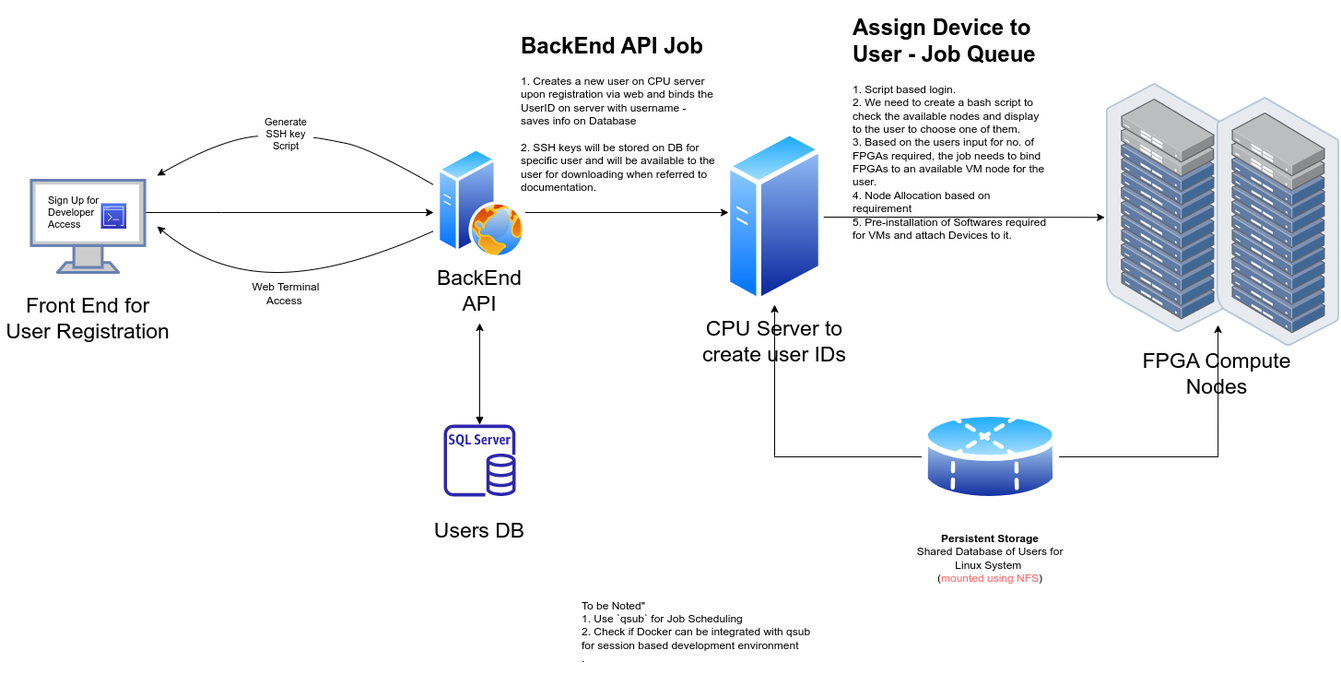
The draw.io diagram Intel DevCloud Flow.drawio.png in belanasaikiran/FlowCharts, before a commit. Source tidied: cells renumbered, new cells last; positions are measured from the earlier drawing's top-left corner, leaving out a move shared by most shapes. Source of this version:
```xml
<mxGraphModel>
  <root>
    <mxCell id="0" />
    <mxCell id="1" parent="0" />
    <mxCell id="2" style="edgeStyle=orthogonalEdgeStyle;rounded=0;jettySize=auto;html=1;fontSize=23;" parent="1" edge="1" source="3">
      <mxGeometry relative="1" as="geometry">
        <mxPoint x="470" y="220" as="targetPoint" />
        <Array as="points">
          <mxPoint x="240" y="220" />
          <mxPoint x="240" y="220" />
        </Array>
      </mxGeometry>
    </mxCell>
    <mxCell id="3" style="fontColor=#0066CC;verticalAlign=top;verticalLabelPosition=bottom;labelPosition=center;align=center;html=1;outlineConnect=0;fillColor=#CCCCCC;strokeColor=#6881B3;gradientColor=none;gradientDirection=north;strokeWidth=2;shape=mxgraph.networks.monitor;fontSize=23;" parent="1" vertex="1">
      <mxGeometry x="33.5" y="185" width="123.1" height="100" as="geometry" />
    </mxCell>
    <mxCell id="4" value="Front End for User Registration" style="text;html=1;strokeColor=none;fillColor=none;align=center;verticalAlign=middle;whiteSpace=wrap;rounded=0;fontSize=23;" parent="1" vertex="1">
      <mxGeometry y="320" width="190" height="30" as="geometry" />
    </mxCell>
    <mxCell id="5" style="group;" parent="1" vertex="1">
      <mxGeometry x="750" y="155" width="180" height="200" as="geometry" />
    </mxCell>
    <mxCell id="6" value="CPU Server to create user IDs" style="text;html=1;strokeColor=none;fillColor=none;align=center;verticalAlign=middle;whiteSpace=wrap;rounded=0;fontSize=23;" parent="5" vertex="1">
      <mxGeometry y="190" width="180" height="30" as="geometry" />
    </mxCell>
    <mxCell id="7" style="perimeter=ellipsePerimeter;html=1;align=center;shadow=0;dashed=0;spacingTop=3;image;image=img/lib/active_directory/generic_server.svg;fontSize=23;" parent="5" vertex="1">
      <mxGeometry x="36.8" y="-25" width="106.4" height="190" as="geometry" />
    </mxCell>
    <mxCell id="8" style="edgeStyle=orthogonalEdgeStyle;rounded=0;jettySize=auto;html=1;fontSize=23;" parent="1" edge="1" source="17">
      <mxGeometry relative="1" as="geometry">
        <mxPoint x="790" y="220" as="targetPoint" />
        <Array as="points">
          <mxPoint x="788" y="220" />
        </Array>
      </mxGeometry>
    </mxCell>
    <mxCell id="9" style="edgeStyle=orthogonalEdgeStyle;rounded=0;jettySize=auto;html=1;fontSize=23;startArrow=block;startFill=1;" parent="1" edge="1" source="14">
      <mxGeometry relative="1" as="geometry">
        <mxPoint x="520" y="340" as="targetPoint" />
      </mxGeometry>
    </mxCell>
    <mxCell id="10" value="FPGA Compute Nodes" style="text;html=1;strokeColor=none;fillColor=none;align=center;verticalAlign=middle;whiteSpace=wrap;rounded=0;fontSize=23;" parent="1" vertex="1">
      <mxGeometry x="1230" y="380" width="180" height="30" as="geometry" />
    </mxCell>
    <mxCell id="11" style="edgeStyle=orthogonalEdgeStyle;rounded=0;jettySize=auto;html=1;fontSize=23;entryX=-0.014;entryY=0.538;entryDx=0;entryDy=0;entryPerimeter=0;" parent="1" edge="1" source="7" target="19">
      <mxGeometry relative="1" as="geometry" />
    </mxCell>
    <mxCell id="12" style="group;" parent="1" vertex="1">
      <mxGeometry x="430" y="450" width="180" height="130" as="geometry" />
    </mxCell>
    <mxCell id="13" value="Users DB" style="text;html=1;strokeColor=none;fillColor=none;align=center;verticalAlign=middle;whiteSpace=wrap;rounded=0;fontSize=23;" parent="12" vertex="1">
      <mxGeometry y="100" width="180" height="30" as="geometry" />
    </mxCell>
    <mxCell id="14" style="sketch=0;outlineConnect=0;fontColor=#232F3E;gradientColor=none;fillColor=#2E27AD;strokeColor=none;dashed=0;verticalLabelPosition=bottom;verticalAlign=top;align=center;html=1;fontSize=12;fontStyle=0;shape=mxgraph.aws4.rds_sql_server_instance;" parent="12" vertex="1">
      <mxGeometry x="51" width="78" height="78" as="geometry" />
    </mxCell>
    <mxCell id="15" style="group;" parent="1" vertex="1">
      <mxGeometry x="460" y="150" width="120" height="170" as="geometry" />
    </mxCell>
    <mxCell id="16" value="BackEnd API" style="text;html=1;strokeColor=none;fillColor=none;align=center;verticalAlign=middle;whiteSpace=wrap;rounded=0;fontSize=23;" parent="15" vertex="1">
      <mxGeometry y="140" width="120" height="30" as="geometry" />
    </mxCell>
    <mxCell id="17" style="perimeter=ellipsePerimeter;html=1;align=center;shadow=0;dashed=0;spacingTop=3;image;image=img/lib/active_directory/web_server.svg;fontSize=23;" parent="15" vertex="1">
      <mxGeometry x="14" width="96" height="120" as="geometry" />
    </mxCell>
    <mxCell id="18" style="group;" parent="1" vertex="1">
      <mxGeometry x="1200" y="80" width="253.2" height="285" as="geometry" />
    </mxCell>
    <mxCell id="19" style="points=[];html=1;align=center;shadow=0;dashed=0;image;image=img/lib/allied_telesis/storage/Datacenter_Server_Rack_ToR.svg;fontSize=11;" parent="18" vertex="1">
      <mxGeometry width="133.2" height="270" as="geometry" />
    </mxCell>
    <mxCell id="20" style="points=[];html=1;align=center;shadow=0;dashed=0;image;image=img/lib/allied_telesis/storage/Datacenter_Server_Rack_ToR.svg;fontSize=11;" parent="18" vertex="1">
      <mxGeometry x="120" y="15" width="133.2" height="270" as="geometry" />
    </mxCell>
    <mxCell id="21" style="curved=1;endArrow=classic;html=1;rounded=0;fontSize=11;fontColor=default;startArrow=none;" parent="1" edge="1" source="23">
      <mxGeometry relative="1" as="geometry">
        <mxPoint x="170" y="180" as="targetPoint" />
        <Array as="points">
          <mxPoint x="240" y="140" />
        </Array>
      </mxGeometry>
    </mxCell>
    <mxCell id="22" style="curved=1;endArrow=none;html=1;rounded=0;fontSize=11;fontColor=default;" parent="1" edge="1" target="23">
      <mxGeometry relative="1" as="geometry">
        <mxPoint x="470" y="190" as="sourcePoint" />
        <Array as="points">
          <mxPoint x="400" y="150" />
          <mxPoint x="350" y="140" />
        </Array>
      </mxGeometry>
    </mxCell>
    <mxCell id="23" value="Generate SSH key Script" style="text;html=1;strokeColor=none;fillColor=none;align=center;verticalAlign=middle;whiteSpace=wrap;rounded=0;labelBackgroundColor=none;labelBorderColor=none;fontSize=11;fontColor=default;" parent="1" vertex="1">
      <mxGeometry x="280" y="120" width="60" height="30" as="geometry" />
    </mxCell>
    <mxCell id="24" value="Web Terminal Access&amp;nbsp;" style="text;html=1;strokeColor=none;fillColor=none;align=center;verticalAlign=middle;whiteSpace=wrap;rounded=0;" parent="1" vertex="1">
      <mxGeometry x="265" y="285" width="90" height="45" as="geometry" />
    </mxCell>
    <mxCell id="25" style="curved=1;endArrow=classic;html=1;rounded=0;" parent="1" edge="1">
      <mxGeometry relative="1" as="geometry">
        <mxPoint x="470" y="240" as="sourcePoint" />
        <mxPoint x="170" y="235" as="targetPoint" />
        <Array as="points">
          <mxPoint x="370" y="285" />
          <mxPoint x="230" y="285" />
        </Array>
      </mxGeometry>
    </mxCell>
    <mxCell id="26" value="&lt;h1&gt;&lt;span style=&quot;background-color: initial;&quot;&gt;BackEnd API Job&lt;/span&gt;&lt;/h1&gt;&lt;div&gt;&lt;span style=&quot;font-size: 12px; font-weight: 400;&quot;&gt;1. Creates a new user on CPU server upon registration via web and binds the UserID on server with username - saves info on Database&lt;/span&gt;&lt;/div&gt;&lt;div&gt;&lt;span style=&quot;font-size: 12px; font-weight: 400;&quot;&gt;&lt;br&gt;&lt;/span&gt;&lt;/div&gt;&lt;div&gt;&lt;span style=&quot;font-size: 12px; font-weight: 400;&quot;&gt;2. SSH keys will be stored on DB for specific user and will be available to the user for downloading when referred to documentation.&lt;/span&gt;&lt;/div&gt;&lt;div&gt;&lt;span style=&quot;font-size: 12px; font-weight: 400;&quot;&gt;&lt;br&gt;&lt;/span&gt;&lt;/div&gt;" style="text;html=1;strokeColor=none;fillColor=none;spacing=5;spacingTop=-20;whiteSpace=wrap;overflow=hidden;rounded=0;" parent="1" vertex="1">
      <mxGeometry x="560" y="20" width="220" height="185" as="geometry" />
    </mxCell>
    <mxCell id="27" value="&lt;h1&gt;&lt;span style=&quot;background-color: initial;&quot;&gt;Assign Device to User - Job Queue&lt;/span&gt;&lt;/h1&gt;&lt;div&gt;&lt;span style=&quot;font-size: 12px; font-weight: 400;&quot;&gt;1. Script based login.&amp;nbsp;&lt;/span&gt;&lt;/div&gt;&lt;div&gt;&lt;span style=&quot;font-size: 12px; font-weight: 400;&quot;&gt;2. We need to create a bash script to check the available nodes and display to the user to choose one of them.&lt;/span&gt;&lt;/div&gt;&lt;div&gt;&lt;span style=&quot;font-size: 12px; font-weight: 400;&quot;&gt;3. Based on the users input for no. of FPGAs required, the job needs to bind FPGAs to an available VM node for the user.&lt;/span&gt;&lt;/div&gt;&lt;div&gt;&lt;span style=&quot;font-size: 12px; font-weight: 400;&quot;&gt;4. Node Allocation based on requirement&lt;/span&gt;&lt;/div&gt;&lt;div&gt;&lt;span style=&quot;font-size: 12px; font-weight: 400;&quot;&gt;5. Pre-installation of Softwares required for VMs and attach Devices to it.&lt;/span&gt;&lt;/div&gt;" style="text;html=1;strokeColor=none;fillColor=none;spacing=5;spacingTop=-20;whiteSpace=wrap;overflow=hidden;rounded=0;" parent="1" vertex="1">
      <mxGeometry x="920" width="220" height="250" as="geometry" />
    </mxCell>
    <mxCell id="28" style="group;" parent="1" vertex="1">
      <mxGeometry x="50" y="200" width="86.5" height="40" as="geometry" />
    </mxCell>
    <mxCell id="29" value="Sign Up for Developer Access" style="text;html=1;strokeColor=none;fillColor=none;align=left;verticalAlign=middle;rounded=0;fontSize=11;spacing=2;spacingTop=0;whiteSpace=wrap;labelBorderColor=none;labelBackgroundColor=none;fontColor=default;" parent="28" vertex="1">
      <mxGeometry width="86.5" height="40" as="geometry" />
    </mxCell>
    <mxCell id="30" style="sketch=0;fontColor=#232F3E;gradientColor=#4D72F3;gradientDirection=north;fillColor=#3334B9;strokeColor=#ffffff;dashed=0;verticalLabelPosition=bottom;verticalAlign=top;align=center;html=1;fontSize=12;fontStyle=0;shape=mxgraph.aws4.resourceIcon;resIcon=mxgraph.aws4.command_line_interface;" parent="28" vertex="1">
      <mxGeometry x="59" y="10" width="27.5" height="27.5" as="geometry" />
    </mxCell>
    <mxCell id="31" value="&lt;div style=&quot;text-align: left;&quot;&gt;&lt;span style=&quot;background-color: initial;&quot;&gt;To be Noted&quot;&lt;/span&gt;&lt;/div&gt;&lt;div style=&quot;text-align: left;&quot;&gt;&lt;span style=&quot;background-color: initial;&quot;&gt;1. Use `qsub` for Job Scheduling&lt;/span&gt;&lt;/div&gt;&lt;div style=&quot;text-align: left;&quot;&gt;&lt;span style=&quot;background-color: initial;&quot;&gt;2. Check if Docker can be integrated with qsub for session based development environment&lt;/span&gt;&lt;/div&gt;&lt;div style=&quot;text-align: left;&quot;&gt;&lt;span style=&quot;background-color: initial;&quot;&gt;.&lt;/span&gt;&lt;/div&gt;" style="text;html=1;strokeColor=none;fillColor=none;align=center;verticalAlign=middle;whiteSpace=wrap;rounded=0;" parent="1" vertex="1">
      <mxGeometry x="630" y="630" width="260" height="90" as="geometry" />
    </mxCell>
    <mxCell id="32" style="edgeStyle=orthogonalEdgeStyle;rounded=0;jettySize=auto;html=1;exitX=0;exitY=0.5;exitDx=0;exitDy=0;entryX=0.5;entryY=1;entryDx=0;entryDy=0;" parent="1" edge="1" source="34" target="7">
      <mxGeometry relative="1" as="geometry" />
    </mxCell>
    <mxCell id="33" style="edgeStyle=orthogonalEdgeStyle;rounded=0;jettySize=auto;html=1;entryX=0.008;entryY=0.915;entryDx=0;entryDy=0;entryPerimeter=0;" parent="1" edge="1" source="34" target="20">
      <mxGeometry relative="1" as="geometry" />
    </mxCell>
    <mxCell id="34" style="perimeter=ellipsePerimeter;html=1;align=center;shadow=0;dashed=0;spacingTop=3;image;image=img/lib/active_directory/database_partition_4.svg;" parent="1" vertex="1">
      <mxGeometry x="1000" y="430" width="148.7" height="110" as="geometry" />
    </mxCell>
    <mxCell id="35" value="&lt;b&gt;Persistent Storage&lt;/b&gt;&lt;br&gt;Shared Database of Users for Linux System&amp;nbsp;&lt;br&gt;(&lt;font color=&quot;#ff6666&quot;&gt;mounted using NFS&lt;/font&gt;)" style="text;html=1;strokeColor=none;fillColor=none;align=center;verticalAlign=middle;whiteSpace=wrap;rounded=0;" parent="1" vertex="1">
      <mxGeometry x="984.3" y="560" width="180" height="70" as="geometry" />
    </mxCell>
  </root>
</mxGraphModel>
```
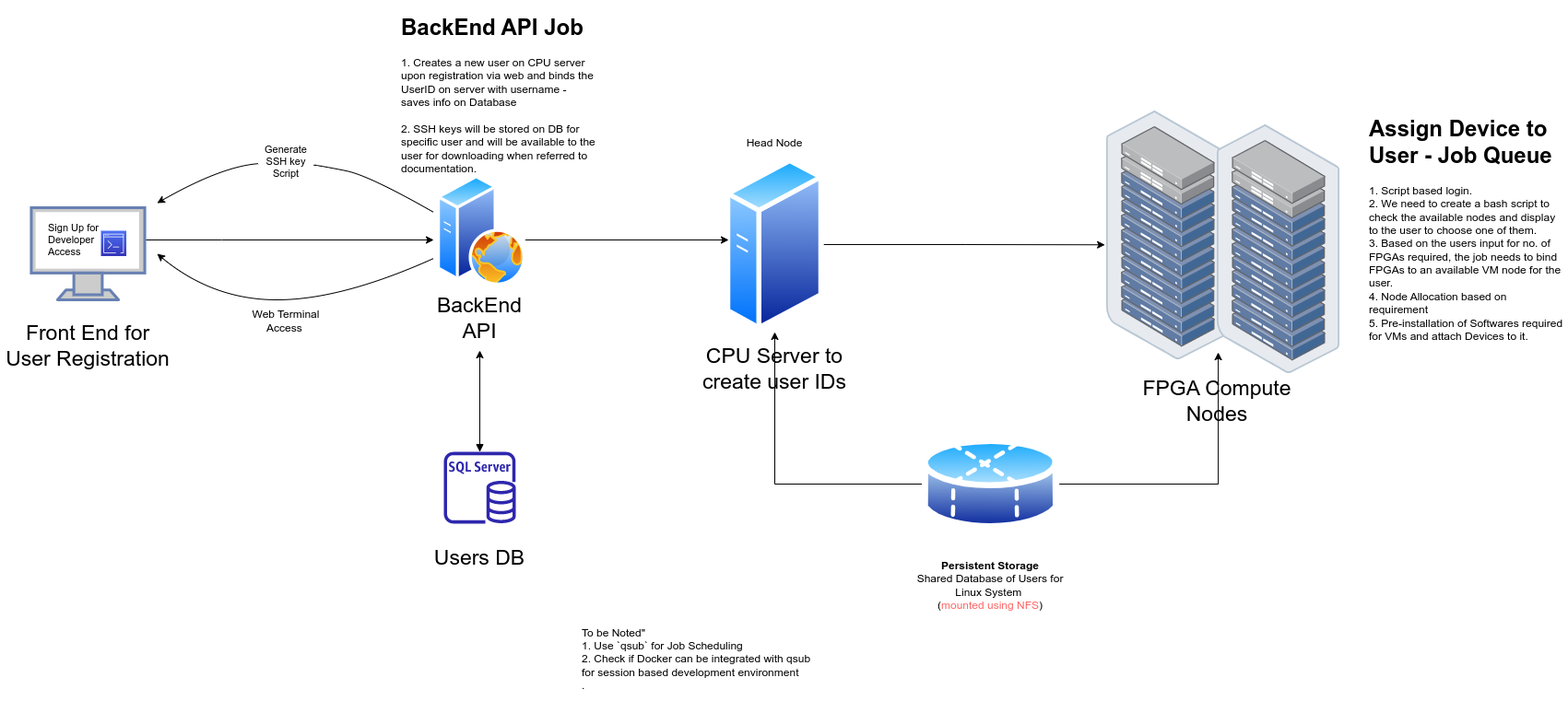
Later version of the same file.

What changed in the source:
```diff
@@ -106,10 +106,10 @@
       </mxGeometry>
     </mxCell>
     <mxCell id="26" value="&lt;h1&gt;&lt;span style=&quot;background-color: initial;&quot;&gt;BackEnd API Job&lt;/span&gt;&lt;/h1&gt;&lt;div&gt;&lt;span style=&quot;font-size: 12px; font-weight: 400;&quot;&gt;1. Creates a new user on CPU server upon registration via web and binds the UserID on server with username - saves info on Database&lt;/span&gt;&lt;/div&gt;&lt;div&gt;&lt;span style=&quot;font-size: 12px; font-weight: 400;&quot;&gt;&lt;br&gt;&lt;/span&gt;&lt;/div&gt;&lt;div&gt;&lt;span style=&quot;font-size: 12px; font-weight: 400;&quot;&gt;2. SSH keys will be stored on DB for specific user and will be available to the user for downloading when referred to documentation.&lt;/span&gt;&lt;/div&gt;&lt;div&gt;&lt;span style=&quot;font-size: 12px; font-weight: 400;&quot;&gt;&lt;br&gt;&lt;/span&gt;&lt;/div&gt;" style="text;html=1;strokeColor=none;fillColor=none;spacing=5;spacingTop=-20;whiteSpace=wrap;overflow=hidden;rounded=0;" parent="1" vertex="1">
-      <mxGeometry x="560" y="20" width="220" height="185" as="geometry" />
+      <mxGeometry x="430" y="-30" width="220" height="180" as="geometry" />
     </mxCell>
     <mxCell id="27" value="&lt;h1&gt;&lt;span style=&quot;background-color: initial;&quot;&gt;Assign Device to User - Job Queue&lt;/span&gt;&lt;/h1&gt;&lt;div&gt;&lt;span style=&quot;font-size: 12px; font-weight: 400;&quot;&gt;1. Script based login.&amp;nbsp;&lt;/span&gt;&lt;/div&gt;&lt;div&gt;&lt;span style=&quot;font-size: 12px; font-weight: 400;&quot;&gt;2. We need to create a bash script to check the available nodes and display to the user to choose one of them.&lt;/span&gt;&lt;/div&gt;&lt;div&gt;&lt;span style=&quot;font-size: 12px; font-weight: 400;&quot;&gt;3. Based on the users input for no. of FPGAs required, the job needs to bind FPGAs to an available VM node for the user.&lt;/span&gt;&lt;/div&gt;&lt;div&gt;&lt;span style=&quot;font-size: 12px; font-weight: 400;&quot;&gt;4. Node Allocation based on requirement&lt;/span&gt;&lt;/div&gt;&lt;div&gt;&lt;span style=&quot;font-size: 12px; font-weight: 400;&quot;&gt;5. Pre-installation of Softwares required for VMs and attach Devices to it.&lt;/span&gt;&lt;/div&gt;" style="text;html=1;strokeColor=none;fillColor=none;spacing=5;spacingTop=-20;whiteSpace=wrap;overflow=hidden;rounded=0;" parent="1" vertex="1">
-      <mxGeometry x="920" width="220" height="250" as="geometry" />
+      <mxGeometry x="1480" y="80" width="220" height="250" as="geometry" />
     </mxCell>
     <mxCell id="28" style="group;" parent="1" vertex="1">
       <mxGeometry x="50" y="200" width="86.5" height="40" as="geometry" />
@@ -135,5 +135,8 @@
     <mxCell id="35" value="&lt;b&gt;Persistent Storage&lt;/b&gt;&lt;br&gt;Shared Database of Users for Linux System&amp;nbsp;&lt;br&gt;(&lt;font color=&quot;#ff6666&quot;&gt;mounted using NFS&lt;/font&gt;)" style="text;html=1;strokeColor=none;fillColor=none;align=center;verticalAlign=middle;whiteSpace=wrap;rounded=0;" parent="1" vertex="1">
       <mxGeometry x="984.3" y="560" width="180" height="70" as="geometry" />
     </mxCell>
+    <mxCell id="36" value="Head Node" style="text;html=1;strokeColor=none;fillColor=none;align=center;verticalAlign=middle;whiteSpace=wrap;rounded=0;" parent="1" vertex="1">
+      <mxGeometry x="795" y="100" width="90" height="30" as="geometry" />
+    </mxCell>
   </root>
 </mxGraphModel>
```
